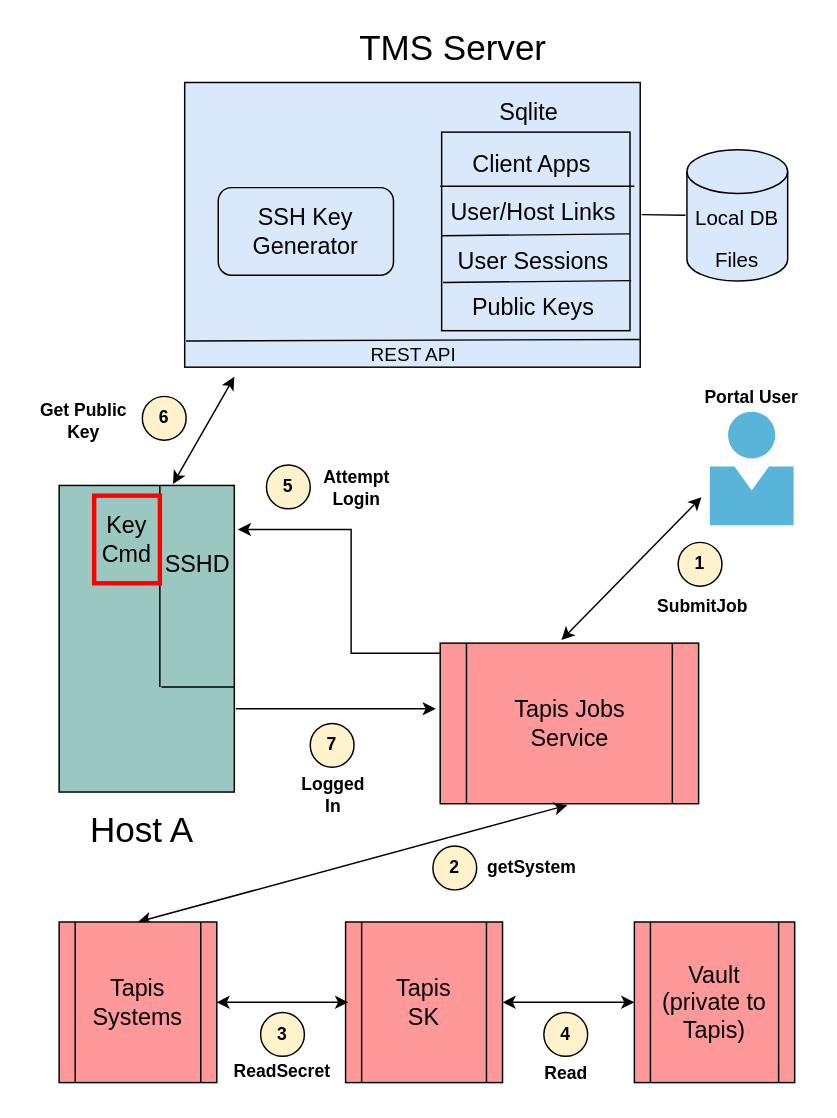
Earlier version of the draw.io diagram source/technical/TMSSshKeyUse.drawio (tapis-project/tms-documentation). Source tidied: cells renumbered, new cells numbered last; positions are measured from the earlier drawing's top-left corner, leaving out a move shared by most shapes. Both pictures are drawn from the tidied source at 146%, with x=0, y=0 at pixel (25, 25).
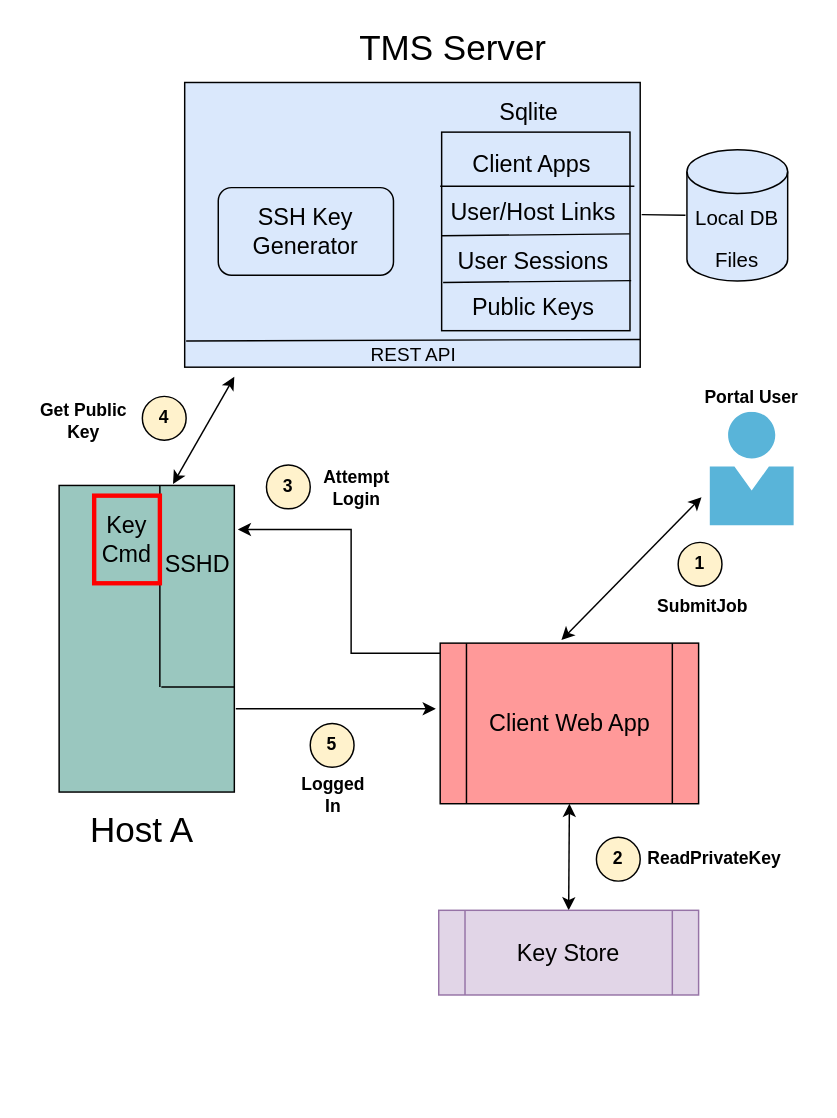
Above is the later version.

What changed in the source:
```diff
@@
-    <mxCell id="21" value="Tapis Jobs&lt;br&gt;Service" style="shape=process;whiteSpace=wrap;html=1;backgroundOutline=1;fontSize=16;fillColor=#FF9999;" parent="1" vertex="1">
+    <mxCell id="21" value="Client Web App" style="shape=process;whiteSpace=wrap;html=1;backgroundOutline=1;fontSize=16;fillColor=#FF9999;" parent="1" vertex="1">
       <mxGeometry x="284" y="423" width="177" height="110" as="geometry" />
     </mxCell>
@@
-    <mxCell id="30" value="&lt;b&gt;5&lt;/b&gt;" style="ellipse;whiteSpace=wrap;html=1;fillColor=#FFF2CC;" parent="1" vertex="1">
+    <mxCell id="30" value="&lt;b&gt;3&lt;/b&gt;" style="ellipse;whiteSpace=wrap;html=1;fillColor=#FFF2CC;" parent="1" vertex="1">
       <mxGeometry x="165" y="301" width="30" height="30" as="geometry" />
     </mxCell>
@@
-    <mxCell id="34" value="&lt;b&gt;6&lt;/b&gt;" style="ellipse;whiteSpace=wrap;html=1;fillColor=#FFF2CC;" parent="1" vertex="1">
+    <mxCell id="34" value="&lt;b&gt;4&lt;/b&gt;" style="ellipse;whiteSpace=wrap;html=1;fillColor=#FFF2CC;" parent="1" vertex="1">
       <mxGeometry x="80" y="254" width="30" height="30" as="geometry" />
     </mxCell>
@@
-    <mxCell id="37" style="endArrow=classic;html=1;rounded=0;fontSize=16;startArrow=classic;startFill=1;endFill=1;exitX=0.5;exitY=0;exitDx=0;exitDy=0;" parent="1" edge="1" source="48">
-      <mxGeometry relative="1" as="geometry">
-        <mxPoint x="371" y="534" as="targetPoint" />
-      </mxGeometry>
+    <mxCell id="37" style="endArrow=classic;html=1;rounded=0;fontSize=16;startArrow=classic;startFill=1;endFill=1;exitX=0.5;exitY=0;exitDx=0;exitDy=0;entryX=0.5;entryY=1;entryDx=0;entryDy=0;" parent="1" edge="1" source="52" target="21">
+      <mxGeometry relative="1" as="geometry" />
     </mxCell>
-    <mxCell id="38" value="Vault&lt;br&gt;(private to Tapis)" style="shape=process;whiteSpace=wrap;html=1;backgroundOutline=1;fontSize=16;fillColor=#FF9999;" parent="1" vertex="1">
-      <mxGeometry x="417" y="614" width="109.8" height="110" as="geometry" />
-    </mxCell>
     <mxCell id="39" value="&lt;b&gt;2&lt;/b&gt;" style="ellipse;whiteSpace=wrap;html=1;fillColor=#FFF2CC;" parent="1" vertex="1">
-      <mxGeometry x="279" y="562" width="30" height="30" as="geometry" />
+      <mxGeometry x="391" y="556" width="30" height="30" as="geometry" />
     </mxCell>
-    <mxCell id="40" value="&lt;b&gt;getSystem&lt;/b&gt;" style="text;html=1;strokeColor=none;fillColor=none;align=center;verticalAlign=middle;whiteSpace=wrap;rounded=0;" parent="1" vertex="1">
-      <mxGeometry x="305" y="562" width="84" height="30" as="geometry" />
+    <mxCell id="40" value="&lt;b&gt;ReadPrivateKey&lt;/b&gt;" style="text;html=1;strokeColor=none;fillColor=none;align=center;verticalAlign=middle;whiteSpace=wrap;rounded=0;" parent="1" vertex="1">
+      <mxGeometry x="430" y="556" width="84" height="30" as="geometry" />
     </mxCell>
-    <mxCell id="41" value="Tapis&lt;br&gt;SK" style="shape=process;whiteSpace=wrap;html=1;backgroundOutline=1;fontSize=16;fillColor=#FF9999;" parent="1" vertex="1">
-      <mxGeometry x="219.2" y="614" width="107.5" height="110" as="geometry" />
-    </mxCell>
-    <mxCell id="42" style="endArrow=classic;html=1;rounded=0;fontSize=16;startArrow=classic;startFill=1;endFill=1;exitX=1;exitY=0.5;exitDx=0;exitDy=0;" parent="1" edge="1" source="41" target="38">
-      <mxGeometry relative="1" as="geometry" />
-    </mxCell>
-    <mxCell id="43" value="&lt;b&gt;3&lt;/b&gt;" style="ellipse;whiteSpace=wrap;html=1;fillColor=#FFF2CC;" parent="1" vertex="1">
-      <mxGeometry x="161" y="676" width="30" height="30" as="geometry" />
-    </mxCell>
-    <mxCell id="44" value="&lt;b&gt;Read&lt;/b&gt;" style="text;html=1;strokeColor=none;fillColor=none;align=center;verticalAlign=middle;whiteSpace=wrap;rounded=0;" parent="1" vertex="1">
-      <mxGeometry x="345" y="704" width="51" height="28" as="geometry" />
-    </mxCell>
-    <mxCell id="45" value="&lt;b&gt;7&lt;/b&gt;" style="ellipse;whiteSpace=wrap;html=1;fillColor=#FFF2CC;" parent="1" vertex="1">
+    <mxCell id="45" value="&lt;b&gt;5&lt;/b&gt;" style="ellipse;whiteSpace=wrap;html=1;fillColor=#FFF2CC;" parent="1" vertex="1">
       <mxGeometry x="195" y="478" width="30" height="30" as="geometry" />
     </mxCell>
@@
-    <mxCell id="48" value="Tapis&lt;br&gt;Systems" style="shape=process;whiteSpace=wrap;html=1;backgroundOutline=1;fontSize=16;fillColor=#FF9999;" parent="1" vertex="1">
-      <mxGeometry x="23" y="614" width="108" height="110" as="geometry" />
-    </mxCell>
-    <mxCell id="49" value="&lt;b&gt;ReadSecret&lt;/b&gt;" style="text;html=1;strokeColor=none;fillColor=none;align=center;verticalAlign=middle;whiteSpace=wrap;rounded=0;" parent="1" vertex="1">
-      <mxGeometry x="134" y="702" width="84" height="30" as="geometry" />
-    </mxCell>
-    <mxCell id="50" style="endArrow=classic;html=1;rounded=0;fontSize=16;startArrow=classic;startFill=1;endFill=1;exitX=1;exitY=0.5;exitDx=0;exitDy=0;" parent="1" edge="1">
-      <mxGeometry relative="1" as="geometry">
-        <mxPoint x="130.8" y="669" as="sourcePoint" />
-        <mxPoint x="221" y="669" as="targetPoint" />
-      </mxGeometry>
-    </mxCell>
-    <mxCell id="51" value="&lt;b&gt;4&lt;/b&gt;" style="ellipse;whiteSpace=wrap;html=1;fillColor=#FFF2CC;" parent="1" vertex="1">
-      <mxGeometry x="355" y="676" width="30" height="30" as="geometry" />
-    </mxCell>
+    <mxCell id="52" value="Key Store" style="shape=process;whiteSpace=wrap;html=1;backgroundOutline=1;fontSize=16;fillColor=#e1d5e7;strokeColor=#9673a6;" parent="1" vertex="1">
+      <mxGeometry x="283" y="606" width="178" height="58" as="geometry" />
+    </mxCell>
```
